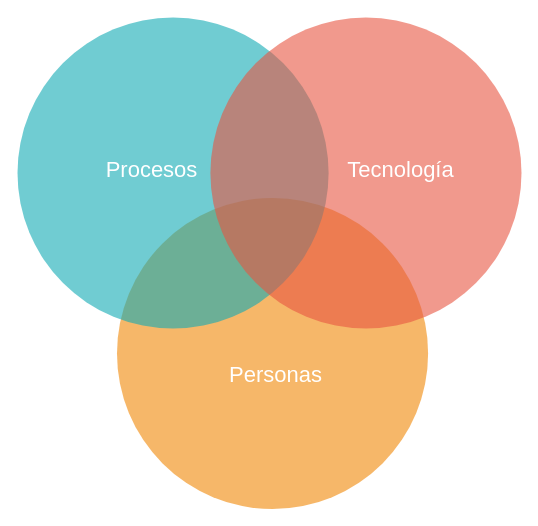
The draw.io diagram content/motores/media/golden_triangle.drawio in jesustorresdev/quarto-lecture-notes-format, before the edit. Source tidied: cells renumbered, new cells numbered last; positions are measured from the earlier drawing's top-left corner, leaving out a move shared by most shapes. Both pictures are drawn from the tidied source at 100%, with x=0, y=0 at pixel (17, 17).
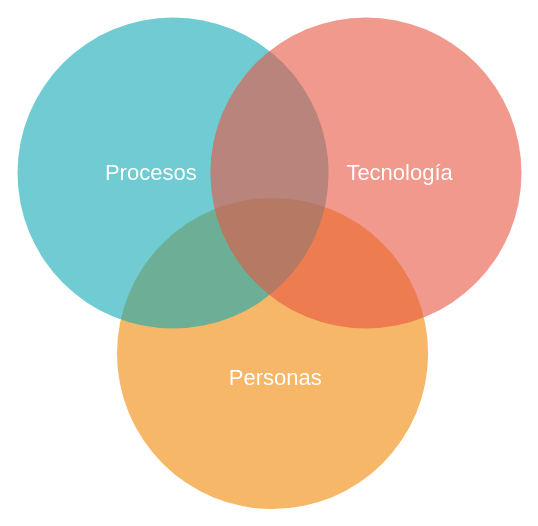
The same page after the edit.

Diff of the diagram source:
```diff
@@
 <mxGraphModel>
   <root>
     <mxCell id="0" />
     <mxCell id="1" parent="0" />
     <mxCell id="2" style="ellipse;fillColor=#F08705;opacity=60;strokeColor=none;html=1;fontColor=#FFFFFF;" parent="1" vertex="1">
       <mxGeometry x="99.5" y="180.4" width="311.1" height="311.1" as="geometry" />
     </mxCell>
     <mxCell id="3" style="ellipse;fillColor=#12AAB5;opacity=60;strokeColor=none;html=1;fontColor=#FFFFFF;" parent="1" vertex="1">
       <mxGeometry width="311.1" height="311.1" as="geometry" />
     </mxCell>
     <mxCell id="4" style="ellipse;fillColor=#e85642;opacity=60;strokeColor=none;html=1;fontColor=#FFFFFF;" parent="1" vertex="1">
       <mxGeometry x="192.9" width="311.1" height="311.1" as="geometry" />
     </mxCell>
-    <mxCell id="5" value="Procesos" style="text;fontSize=22;align=center;verticalAlign=middle;html=1;fontColor=#FFFFFF;" parent="1" vertex="1">
+    <mxCell id="5" value="Procesos" style="text;fontSize=22;align=center;verticalAlign=middle;fontColor=#FFFFFF;" parent="1" vertex="1">
       <mxGeometry x="74.7" y="130.7" width="118.2" height="43.6" as="geometry" />
     </mxCell>
-    <mxCell id="6" value="Tecnología" style="text;fontSize=22;align=center;verticalAlign=middle;html=1;fontColor=#FFFFFF;" parent="1" vertex="1">
+    <mxCell id="6" value="Tecnología" style="text;fontSize=22;align=center;verticalAlign=middle;fontColor=#FFFFFF;" parent="1" vertex="1">
       <mxGeometry x="323.5" y="130.7" width="118.2" height="43.6" as="geometry" />
     </mxCell>
-    <mxCell id="7" value="Personas" style="text;fontSize=22;align=center;verticalAlign=middle;html=1;fontColor=#FFFFFF;" parent="1" vertex="1">
+    <mxCell id="7" value="Personas" style="text;fontSize=22;align=center;verticalAlign=middle;fontColor=#FFFFFF;" parent="1" vertex="1">
       <mxGeometry x="199.1" y="336" width="118.2" height="43.6" as="geometry" />
     </mxCell>
   </root>
 </mxGraphModel>
```
